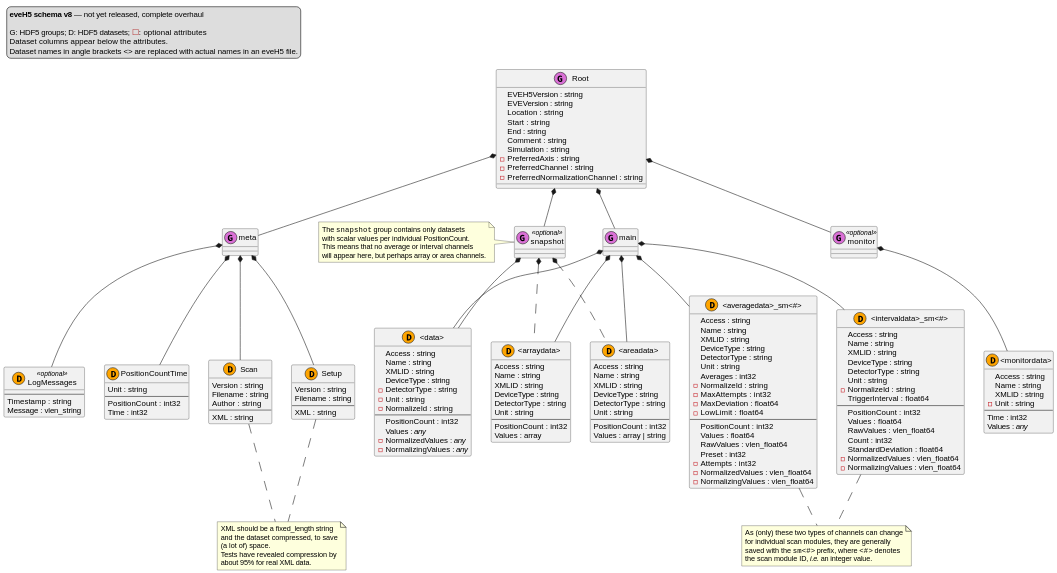
tillbiskup/evedata keeps this PlantUML diagram as docs/uml/eveh5-v8.svg. Above is the earlier version. Its diagram source:
```plantuml
@startuml

legend top left
    **eveH5 schema v8** <U+2014> not yet released, complete overhaul

    G: HDF5 groups; D: HDF5 datasets; <color:#firebrick><U+2610></color>: optional attributes
    Dataset columns appear below the attributes.
    Dataset names in angle brackets <> are replaced with actual names in an eveH5 file.
endlegend

class Root << (G,orchid) >> {
    EVEH5Version : string
    EVEVersion : string
    Location : string
    Start : string
    End : string
    Comment : string
    Simulation : string
    - PreferredAxis : string
    - PreferredChannel : string
    - PreferredNormalizationChannel : string
}

Root *-- monitor
Root *-- main
Root *-- snapshot
Root *-- meta

class monitor << (G,orchid) >> <<optional>> {
}

monitor *-- "<monitordata>"

class main << (G,orchid) >> {}

class snapshot << (G,orchid) >> <<optional>> {}

note left of snapshot
    The ""snapshot"" group contains only datasets
    with scalar values per individual PositionCount.
    This means that no average or interval channels
    will appear here, but perhaps array or area channels.
endnote

snapshot *-- "<data>"
snapshot *.. "<arraydata>"
snapshot *.. "<areadata>"

class meta << (G,orchid) >> {}

meta *-- PositionCountTime
meta *-- Scan
meta *-- Setup
meta *-- LogMessages

class "<data>" << (D,orange) >> {
    Access : string
    Name : string
    XMLID : string
    DeviceType : string
    - DetectorType : string
    - Unit : string
    - NormalizeId : string
    --
    PositionCount : int32
    Values : <i>any</i>
    - NormalizedValues : <i>any</i>
    - NormalizingValues : <i>any</i>
}

main *-- "<data>"
main *-- "<averagedata>_sm<#>"
main *-- "<intervaldata>_sm<#>"
main *-- "<arraydata>"
main *-- "<areadata>"

class "<averagedata>_sm<#>" << (D,orange) >> {
    Access : string
    Name : string
    XMLID : string
    DeviceType : string
    DetectorType : string
    Unit : string
    Averages : int32
    - NormalizeId : string
    - MaxAttempts : int32
    - MaxDeviation : float64
    - LowLimit : float64
    --
    PositionCount : int32
    Values : float64
    RawValues : vlen_float64
    Preset : int32
    - Attempts : int32
    - NormalizedValues : vlen_float64
    - NormalizingValues : vlen_float64
}

class "<intervaldata>_sm<#>" << (D,orange) >> {
    Access : string
    Name : string
    XMLID : string
    DeviceType : string
    DetectorType : string
    Unit : string
    - NormalizeId : string
    TriggerInterval : float64
    --
    PositionCount : int32
    Values : float64
    RawValues : vlen_float64
    Count : int32
    StandardDeviation : float64
    - NormalizedValues : vlen_float64
    - NormalizingValues : vlen_float64
}

note as sm_channel_note
    As (only) these two types of channels can change
    for individual scan modules, they are generally
    saved with the ""sm<#>"" prefix, where ""<#>"" denotes
    the scan module ID, <i>i.e.</i> an integer value.
end note

"<intervaldata>_sm<#>" .. sm_channel_note
"<averagedata>_sm<#>" .. sm_channel_note

class "<arraydata>" << (D,orange) >> {
    Access : string
    Name : string
    XMLID : string
    DeviceType : string
    DetectorType : string
    Unit : string
    --
    PositionCount : int32
    Values : array
}

class "<areadata>" << (D,orange) >> {
    Access : string
    Name : string
    XMLID : string
    DeviceType : string
    DetectorType : string
    Unit : string
    --
    PositionCount : int32
    Values : array | string
}

class Setup << (D,orange) >> {
    Version : string
    Filename : string
    --
    XML : string
}

class Scan << (D,orange) >> {
    Version : string
    Filename : string
    Author : string
    --
    XML : string
}

class PositionCountTime << (D,orange) >> {
    Unit : string
    --
    PositionCount : int32
    Time : int32
}

class LogMessages << (D,orange) >> <<optional>> {
    --
    Timestamp : string
    Message : vlen_string
}

note as SCML_note
    XML should be a fixed_length string
    and the dataset compressed, to save
    (a lot of) space.
    Tests have revealed compression by
    about 95% for real XML data.
end note

Scan .. SCML_note
Setup .. SCML_note

class "<monitordata>" << (D,orange) >> {
    Access : string
    Name : string
    XMLID : string
    - Unit : string
    --
    Time : int32
    Values : <i>any</i>
}
@enduml
```
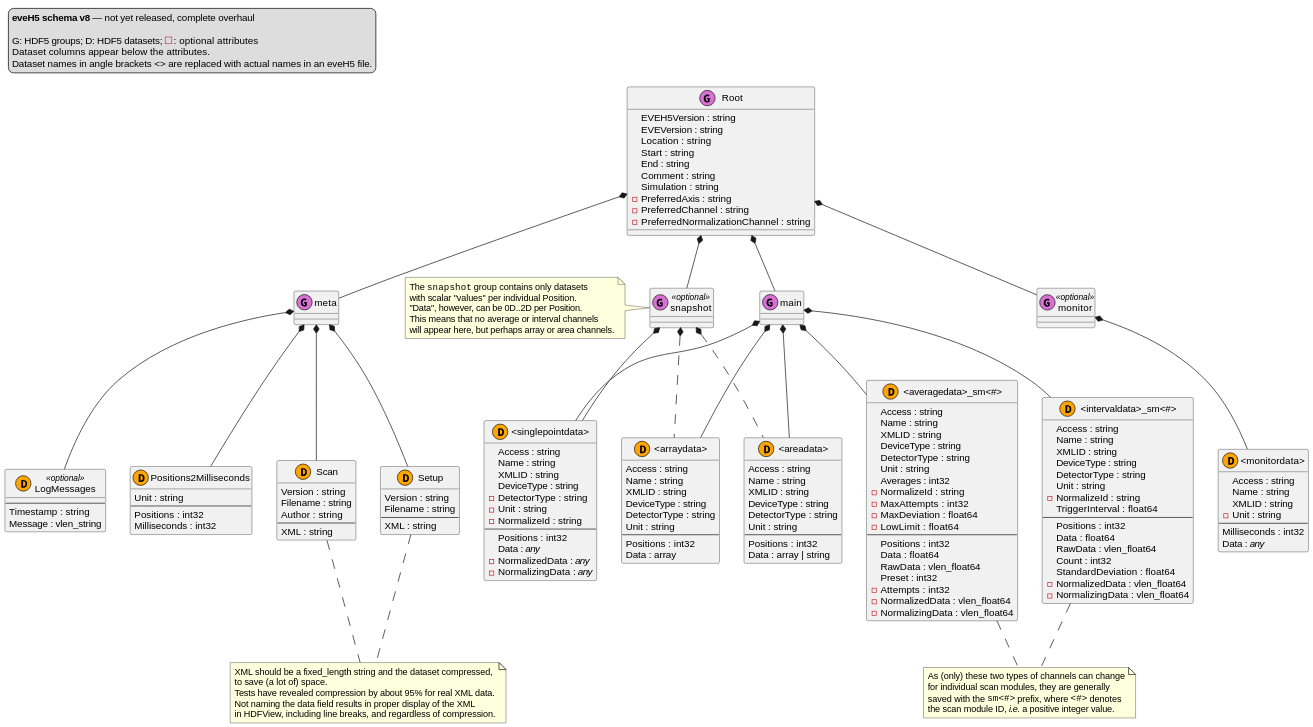
Above is the later version.

What changed in the source:
```diff
@@ -37,23 +37,24 @@
 
 note left of snapshot
     The ""snapshot"" group contains only datasets
-    with scalar values per individual PositionCount.
+    with scalar "values" per individual Position.
+    "Data", however, can be 0D..2D per Position.
     This means that no average or interval channels
     will appear here, but perhaps array or area channels.
 endnote
 
-snapshot *-- "<data>"
+snapshot *-- "<singlepointdata>"
 snapshot *.. "<arraydata>"
 snapshot *.. "<areadata>"
 
 class meta << (G,orchid) >> {}
 
-meta *-- PositionCountTime
+meta *-- Positions2Milliseconds
 meta *-- Scan
 meta *-- Setup
 meta *-- LogMessages
 
-class "<data>" << (D,orange) >> {
+class "<singlepointdata>" << (D,orange) >> {
     Access : string
     Name : string
     XMLID : string
@@ -62,13 +63,13 @@
     - Unit : string
     - NormalizeId : string
     --
-    PositionCount : int32
-    Values : <i>any</i>
-    - NormalizedValues : <i>any</i>
-    - NormalizingValues : <i>any</i>
+    Positions : int32
+    Data : <i>any</i>
+    - NormalizedData : <i>any</i>
+    - NormalizingData : <i>any</i>
 }
 
-main *-- "<data>"
+main *-- "<singlepointdata>"
 main *-- "<averagedata>_sm<#>"
 main *-- "<intervaldata>_sm<#>"
 main *-- "<arraydata>"
@@ -87,13 +88,13 @@
     - MaxDeviation : float64
     - LowLimit : float64
     --
-    PositionCount : int32
-    Values : float64
-    RawValues : vlen_float64
+    Positions : int32
+    Data : float64
+    RawData : vlen_float64
     Preset : int32
     - Attempts : int32
-    - NormalizedValues : vlen_float64
-    - NormalizingValues : vlen_float64
+    - NormalizedData : vlen_float64
+    - NormalizingData : vlen_float64
 }
 
 class "<intervaldata>_sm<#>" << (D,orange) >> {
@@ -106,20 +107,20 @@
     - NormalizeId : string
     TriggerInterval : float64
     --
-    PositionCount : int32
-    Values : float64
-    RawValues : vlen_float64
+    Positions : int32
+    Data : float64
+    RawData : vlen_float64
     Count : int32
     StandardDeviation : float64
-    - NormalizedValues : vlen_float64
-    - NormalizingValues : vlen_float64
+    - NormalizedData : vlen_float64
+    - NormalizingData : vlen_float64
 }
 
 note as sm_channel_note
     As (only) these two types of channels can change
     for individual scan modules, they are generally
     saved with the ""sm<#>"" prefix, where ""<#>"" denotes
-    the scan module ID, <i>i.e.</i> an integer value.
+    the scan module ID, <i>i.e.</i> a positive integer value.
 end note
 
 "<intervaldata>_sm<#>" .. sm_channel_note
@@ -133,8 +134,8 @@
     DetectorType : string
     Unit : string
     --
-    PositionCount : int32
-    Values : array
+    Positions : int32
+    Data : array
 }
 
 class "<areadata>" << (D,orange) >> {
@@ -145,8 +146,8 @@
     DetectorType : string
     Unit : string
     --
-    PositionCount : int32
-    Values : array | string
+    Positions : int32
+    Data : array | string
 }
 
 class Setup << (D,orange) >> {
@@ -164,11 +165,11 @@
     XML : string
 }
 
-class PositionCountTime << (D,orange) >> {
+class Positions2Milliseconds << (D,orange) >> {
     Unit : string
     --
-    PositionCount : int32
-    Time : int32
+    Positions : int32
+    Milliseconds : int32
 }
 
 class LogMessages << (D,orange) >> <<optional>> {
@@ -178,11 +179,11 @@
 }
 
 note as SCML_note
-    XML should be a fixed_length string
-    and the dataset compressed, to save
-    (a lot of) space.
-    Tests have revealed compression by
-    about 95% for real XML data.
+    XML should be a fixed_length string and the dataset compressed,
+    to save (a lot of) space.
+    Tests have revealed compression by about 95% for real XML data.
+    Not naming the data field results in proper display of the XML
+    in HDFView, including line breaks, and regardless of compression.
 end note
 
 Scan .. SCML_note
@@ -194,7 +195,7 @@
     XMLID : string
     - Unit : string
     --
-    Time : int32
-    Values : <i>any</i>
+    Milliseconds : int32
+    Data : <i>any</i>
 }
 @enduml
```
